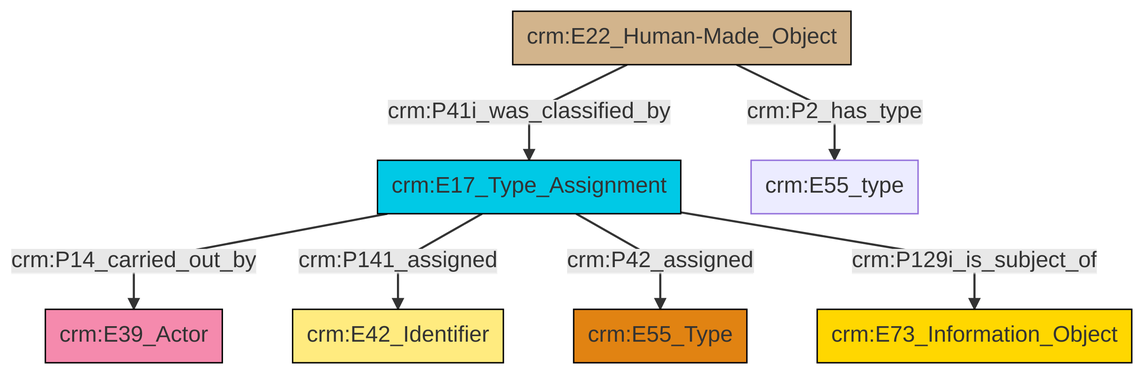
Earlier version of the Mermaid export et/builtWorkCSV/ttl/mmd/png/Built_Work_designation_status.png (swiss-art-research-net/reference-data-models). Its source is kept beside it as et/builtWorkCSV/ttl/mmd/Built_Work_designation_status.ttl.mmd.
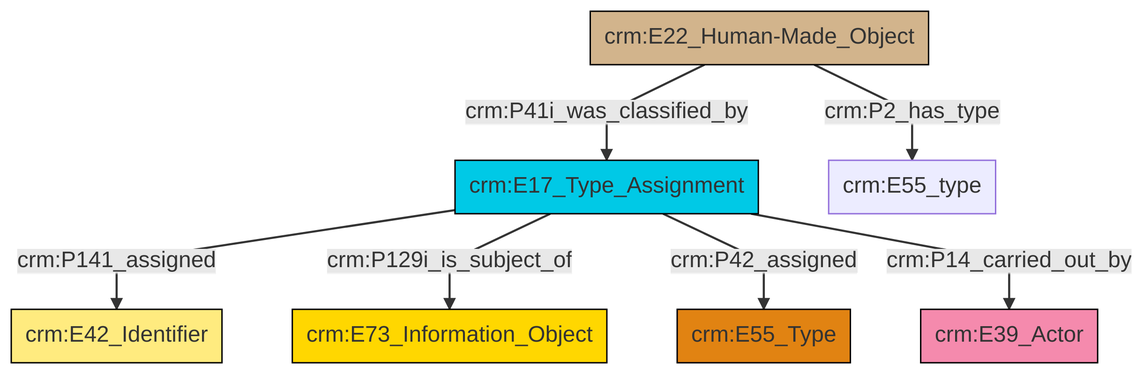
After the commit.

Diff of the diagram source:
```diff
@@ -13,9 +13,9 @@
 classDef PC_Classes fill:#4ce600, stroke:#000000;
 classDef Multi fill:#cccccc,stroke:#000000;
 
-5["crm:E17_Type_Assignment"]:::Temporal_Entity -->|crm:P14_carried_out_by| 7["crm:E39_Actor"]:::Actor
-5["crm:E17_Type_Assignment"]:::Temporal_Entity -->|crm:P141_assigned| 9["crm:E42_Identifier"]:::Appellation
-10["crm:E22_Human-Made_Object"]:::Physical_Thing -->|crm:P41i_was_classified_by| 5["crm:E17_Type_Assignment"]:::Temporal_Entity
-5["crm:E17_Type_Assignment"]:::Temporal_Entity -->|crm:P42_assigned| 0["crm:E55_Type"]:::Type
-10["crm:E22_Human-Made_Object"]:::Physical_Thing -->|crm:P2_has_type| 12["crm:E55_type"]:::Default
-5["crm:E17_Type_Assignment"]:::Temporal_Entity -->|crm:P129i_is_subject_of| 2["crm:E73_Information_Object"]:::Conceptual_Object
+0["crm:E17_Type_Assignment"]:::Temporal_Entity -->|crm:P141_assigned| 1["crm:E42_Identifier"]:::Appellation
+2["crm:E22_Human-Made_Object"]:::Physical_Thing -->|crm:P2_has_type| 3["crm:E55_type"]:::Default
+2["crm:E22_Human-Made_Object"]:::Physical_Thing -->|crm:P41i_was_classified_by| 0["crm:E17_Type_Assignment"]:::Temporal_Entity
+0["crm:E17_Type_Assignment"]:::Temporal_Entity -->|crm:P129i_is_subject_of| 8["crm:E73_Information_Object"]:::Conceptual_Object
+0["crm:E17_Type_Assignment"]:::Temporal_Entity -->|crm:P42_assigned| 5["crm:E55_Type"]:::Type
+0["crm:E17_Type_Assignment"]:::Temporal_Entity -->|crm:P14_carried_out_by| 11["crm:E39_Actor"]:::Actor
```
